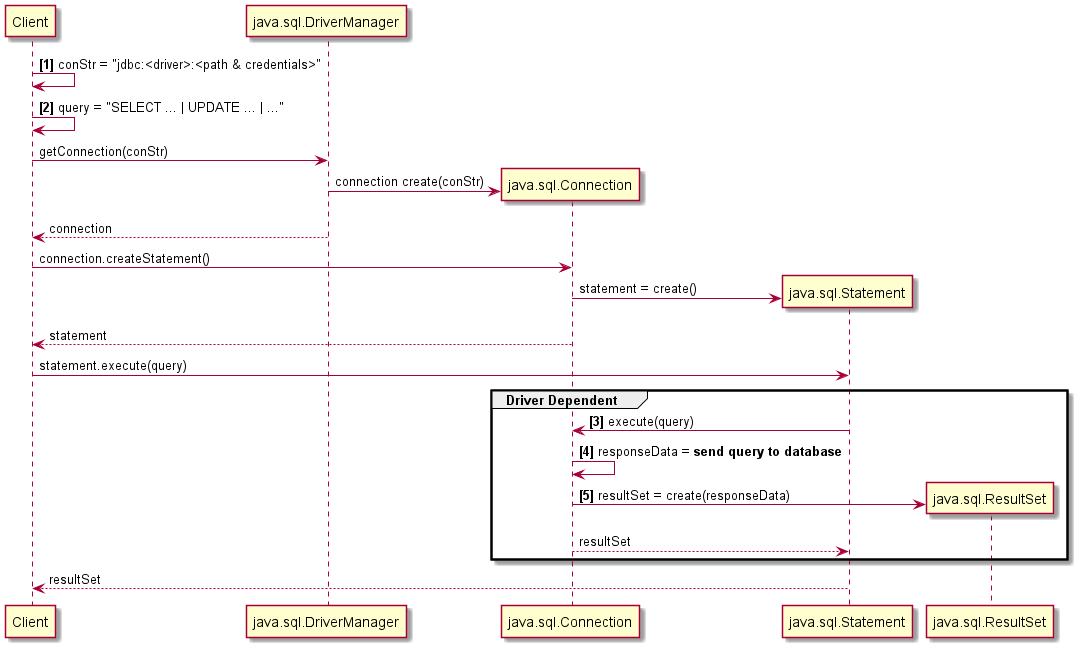
The PlantUML diagram figures/jdbc.png in ESTS-RS/sqlite-example, before a commit.
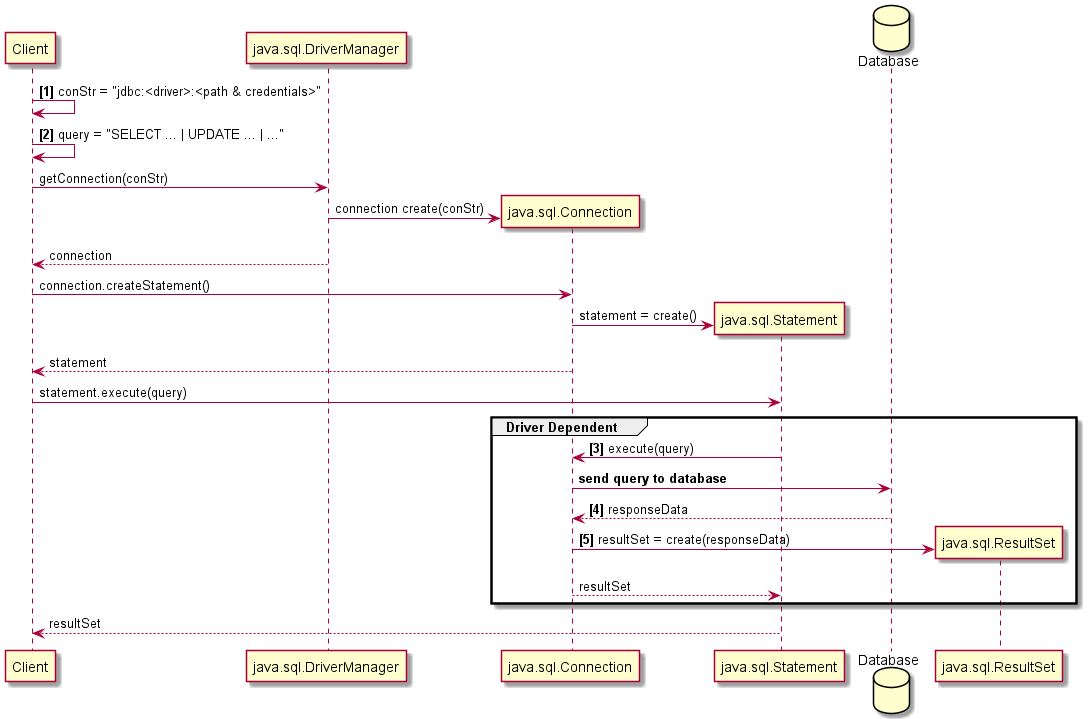
The same file after the commit.

Commit message:
Add databse do model.

Diff of the diagram source:
```diff
@@ -13,7 +13,11 @@
 group Driver Dependent
     autonumber resume
     java.sql.Statement -> java.sql.Connection : execute(query)
-    java.sql.Connection -> java.sql.Connection : responseData = <b>send query to database
+    database Database
+    autonumber stop
+    java.sql.Connection -> Database : <b>send query to database
+    autonumber resume
+    return responseData
     java.sql.Connection -> java.sql.ResultSet ** : resultSet = create(responseData)
     autonumber stop
     java.sql.Connection --> java.sql.Statement : resultSet
```
